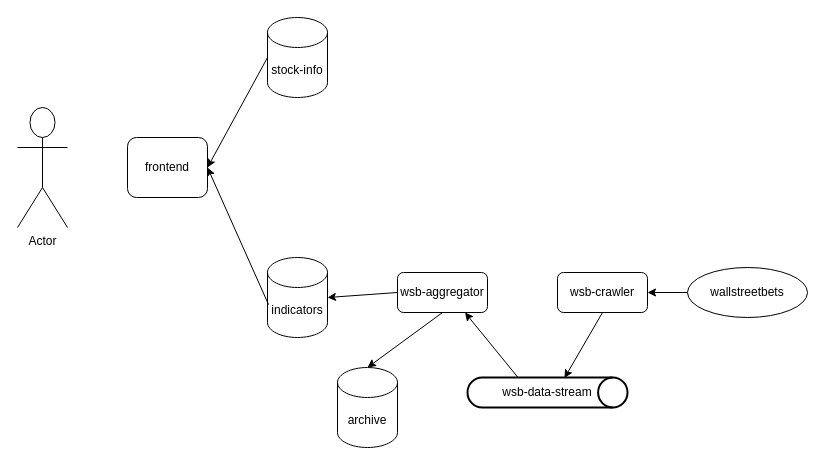
The draw.io diagram Untitled Diagram.drawio in Anabra/wsb-stockroby-diagrams, before the edit. Source tidied: cells renumbered, new cells numbered last; positions are measured from the earlier drawing's top-left corner, leaving out a move shared by most shapes. Both pictures are drawn from the tidied source at 100%, with x=0, y=0 at pixel (17, 17).
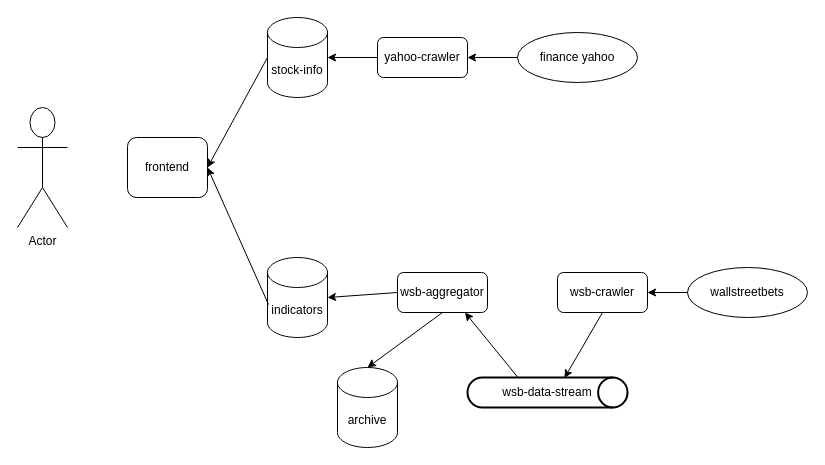
After the change.

The change refers to these unchanged cells:
```xml
<mxCell id="4" value="stock-info" style="shape=cylinder3;whiteSpace=wrap;html=1;boundedLbl=1;backgroundOutline=1;size=15;" parent="1" vertex="1">
  <mxGeometry x="250" width="60" height="80" as="geometry" />
</mxCell>
```

Change to the diagram source:
```diff
@@
+    <mxCell id="18" style="edgeStyle=orthogonalEdgeStyle;rounded=0;jettySize=auto;html=1;" parent="1" edge="1" source="19" target="4">
+      <mxGeometry relative="1" as="geometry" />
+    </mxCell>
+    <mxCell id="19" value="yahoo-crawler&lt;br&gt;" style="rounded=1;whiteSpace=wrap;html=1;" parent="1" vertex="1">
+      <mxGeometry x="360" y="20" width="90" height="40" as="geometry" />
+    </mxCell>
+    <mxCell id="20" style="edgeStyle=orthogonalEdgeStyle;rounded=0;jettySize=auto;html=1;" parent="1" edge="1" source="21" target="19">
+      <mxGeometry relative="1" as="geometry" />
+    </mxCell>
+    <mxCell id="21" value="finance yahoo" style="ellipse;whiteSpace=wrap;html=1;" parent="1" vertex="1">
+      <mxGeometry x="500" y="15" width="120" height="50" as="geometry" />
+    </mxCell>
```
